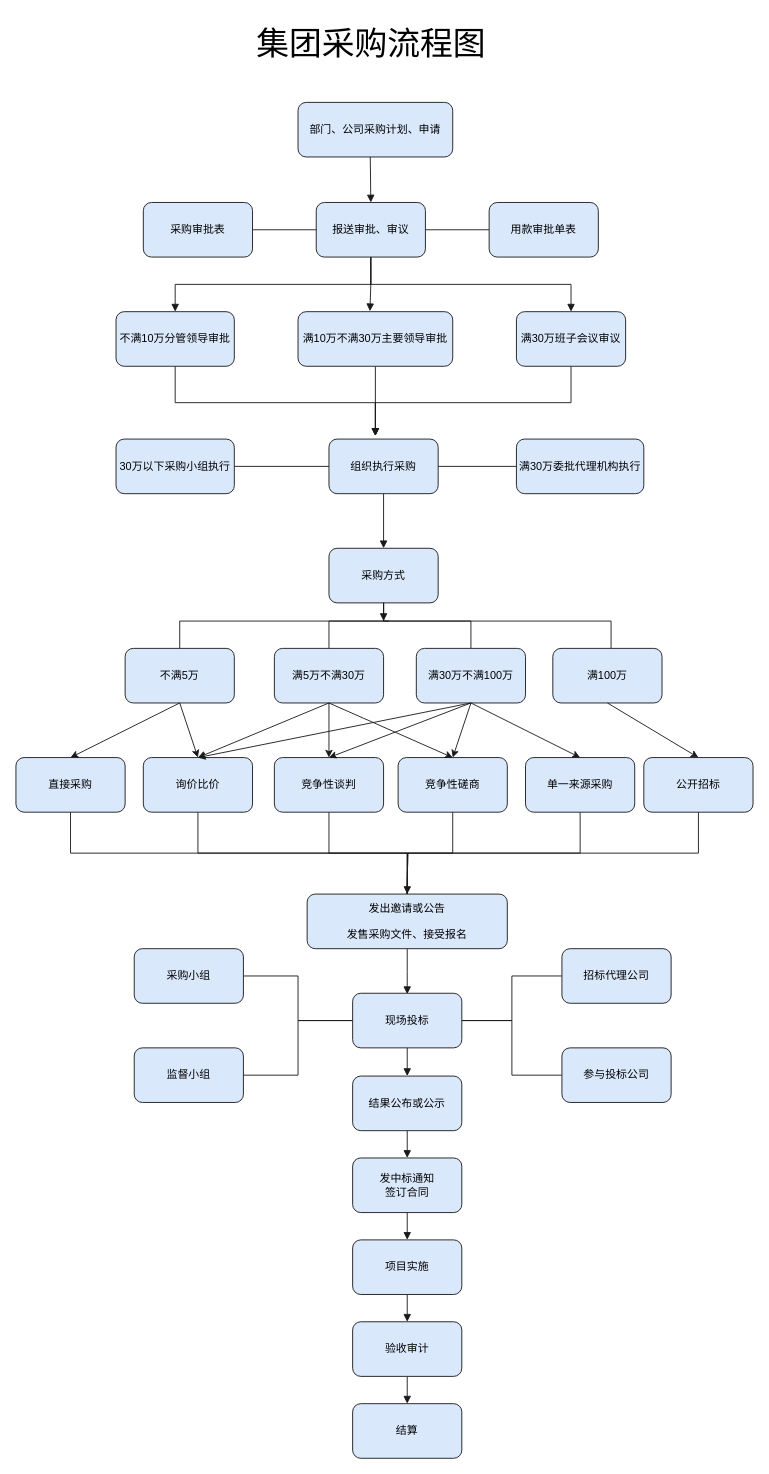
Above: 采购流程图-吴荣.drawio in redcomet88/DRAW (draw.io), before the change. Source tidied: cells renumbered, new cells numbered last; positions are measured from the earlier drawing's top-left corner, leaving out a move shared by most shapes. Both pictures are drawn from the tidied source at 91%, with x=0, y=0 at pixel (15, 15).
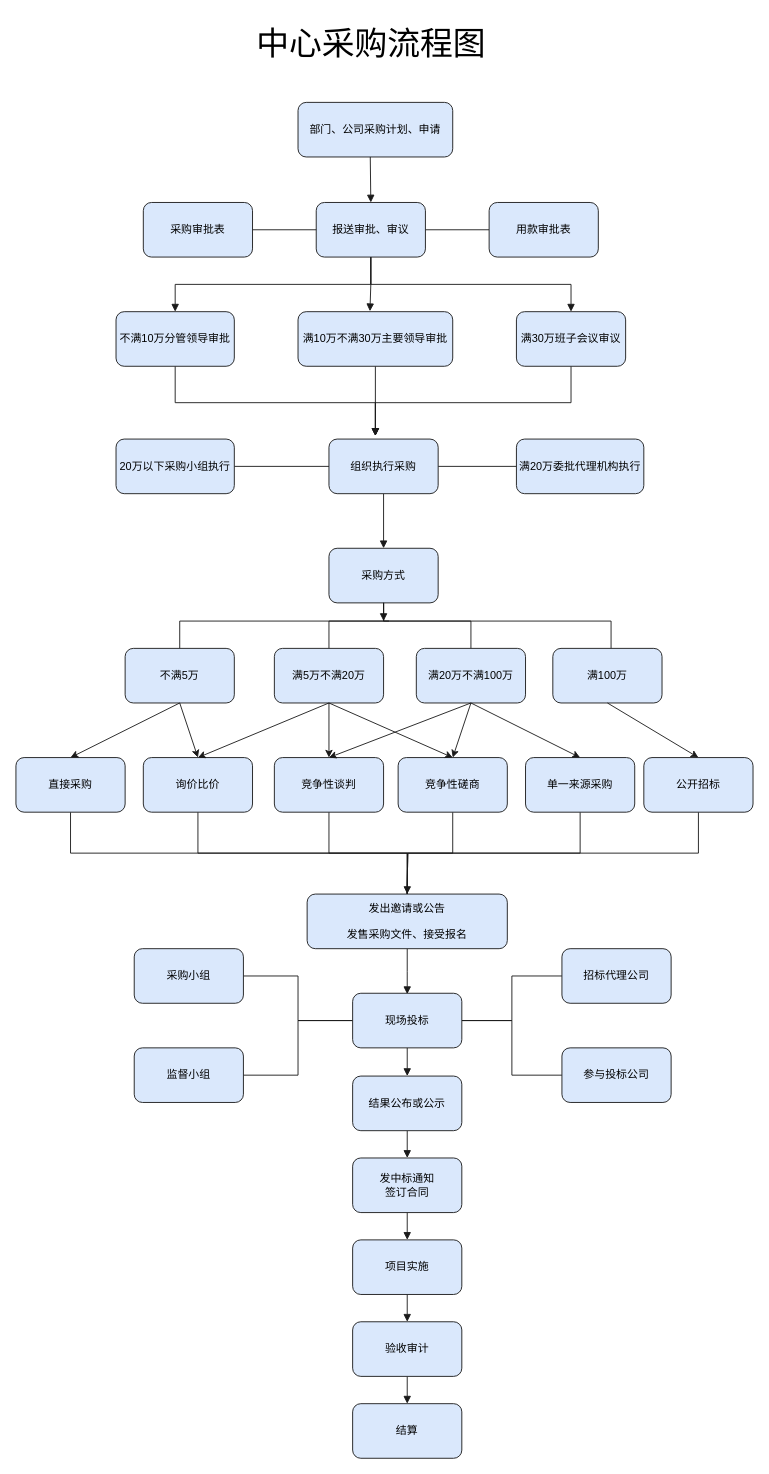
Above is the later version.

Commit message:
更新采购流程图-吴荣.drawio

Change to the diagram source:
```diff
@@
-    <mxCell id="11" value="用款审批单表" style="rounded=1;whiteSpace=wrap;html=1;fillColor=#dae8fc;strokeColor=#1A1A1A;" parent="1" vertex="1">
+    <mxCell id="11" value="用款审批表" style="rounded=1;whiteSpace=wrap;html=1;fillColor=#dae8fc;strokeColor=#1A1A1A;" parent="1" vertex="1">
       <mxGeometry x="520" y="205" width="120" height="60" as="geometry" />
     </mxCell>
@@
-    <mxCell id="22" value="30万以下采购小组执行" style="rounded=1;whiteSpace=wrap;html=1;fillColor=#dae8fc;strokeColor=#1A1A1A;" parent="1" vertex="1">
+    <mxCell id="22" value="20万以下采购小组执行" style="rounded=1;whiteSpace=wrap;html=1;fillColor=#dae8fc;strokeColor=#1A1A1A;" parent="1" vertex="1">
       <mxGeometry x="110" y="465" width="130" height="60" as="geometry" />
     </mxCell>
-    <mxCell id="23" value="满30万委批代理机构执行" style="rounded=1;whiteSpace=wrap;html=1;fillColor=#dae8fc;strokeColor=#1A1A1A;" parent="1" vertex="1">
+    <mxCell id="23" value="满20万委批代理机构执行" style="rounded=1;whiteSpace=wrap;html=1;fillColor=#dae8fc;strokeColor=#1A1A1A;" parent="1" vertex="1">
       <mxGeometry x="550" y="465" width="140" height="60" as="geometry" />
     </mxCell>
@@
-    <mxCell id="29" value="满5万不满30万" style="rounded=1;whiteSpace=wrap;html=1;fillColor=#dae8fc;strokeColor=#1A1A1A;" parent="1" vertex="1">
+    <mxCell id="29" value="满5万不满20万" style="rounded=1;whiteSpace=wrap;html=1;fillColor=#dae8fc;strokeColor=#1A1A1A;" parent="1" vertex="1">
       <mxGeometry x="284" y="695" width="120" height="60" as="geometry" />
     </mxCell>
@@
-    <mxCell id="31" value="满30万不满100万" style="rounded=1;whiteSpace=wrap;html=1;fillColor=#dae8fc;strokeColor=#1A1A1A;" parent="1" vertex="1">
+    <mxCell id="31" value="满20万不满100万" style="rounded=1;whiteSpace=wrap;html=1;fillColor=#dae8fc;strokeColor=#1A1A1A;" parent="1" vertex="1">
       <mxGeometry x="440" y="695" width="120" height="60" as="geometry" />
     </mxCell>
@@
-    <mxCell id="53" style="endArrow=classic;html=1;rounded=0;exitX=0.5;exitY=1;exitDx=0;exitDy=0;fillColor=#dae8fc;strokeColor=#1A1A1A;" parent="1" edge="1" source="31">
-      <mxGeometry relative="1" as="geometry">
-        <mxPoint x="200" y="815" as="targetPoint" />
-      </mxGeometry>
-    </mxCell>
@@
-    <mxCell id="77" value="&lt;font style=&quot;font-size: 36px;&quot;&gt;集团采购流程图&lt;/font&gt;" style="text;html=1;align=center;verticalAlign=middle;fillColor=none;strokeColor=none;rounded=0;" parent="1" vertex="1">
+    <mxCell id="77" value="&lt;font style=&quot;font-size: 36px;&quot;&gt;中心采购流程图&lt;/font&gt;" style="text;html=1;align=center;verticalAlign=middle;fillColor=none;strokeColor=none;rounded=0;" parent="1" vertex="1">
       <mxGeometry x="250" width="280" height="60" as="geometry" />
     </mxCell>
```
